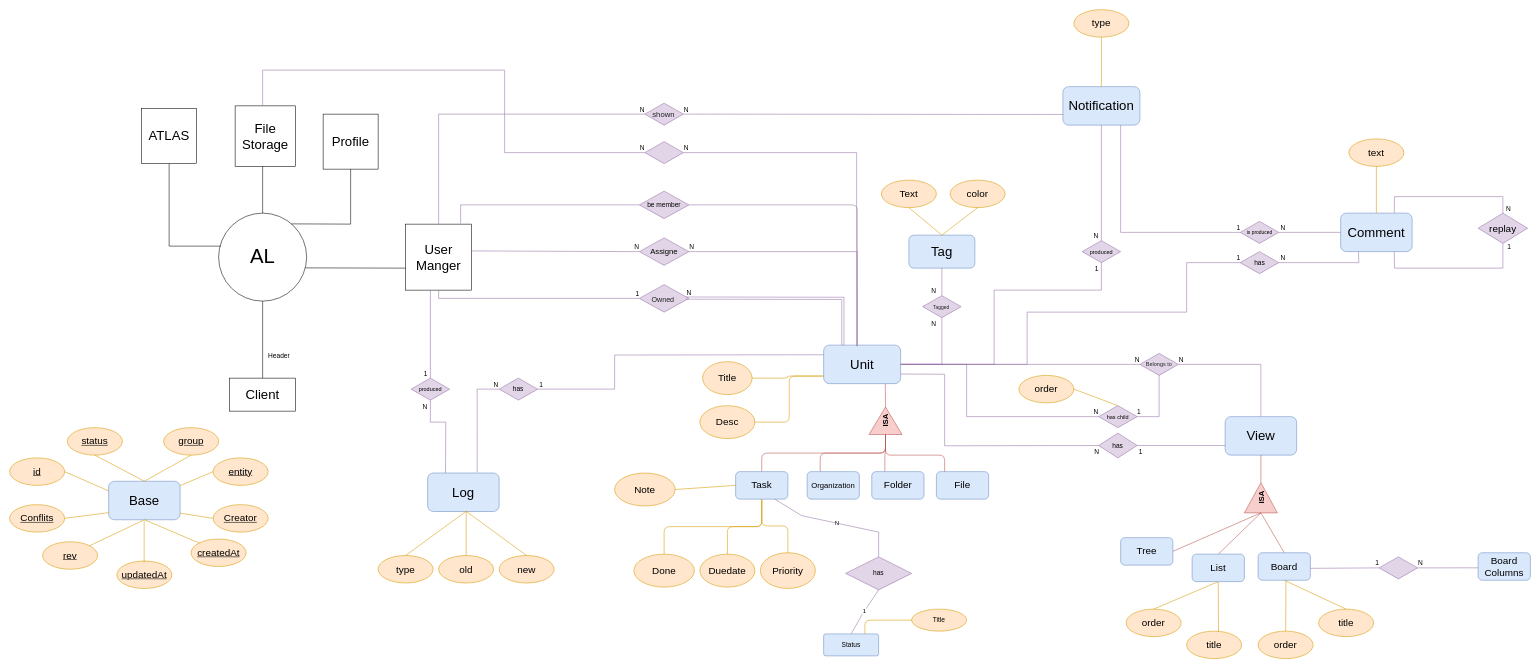
Earlier version of the draw.io diagram Untitled Diagram.drawio (Straider71/test). Source tidied: cells renumbered, new cells numbered last; positions are measured from the earlier drawing's top-left corner, leaving out a move shared by most shapes. Both pictures are drawn from the tidied source at 55%, with x=0, y=0 at pixel (9, 9).
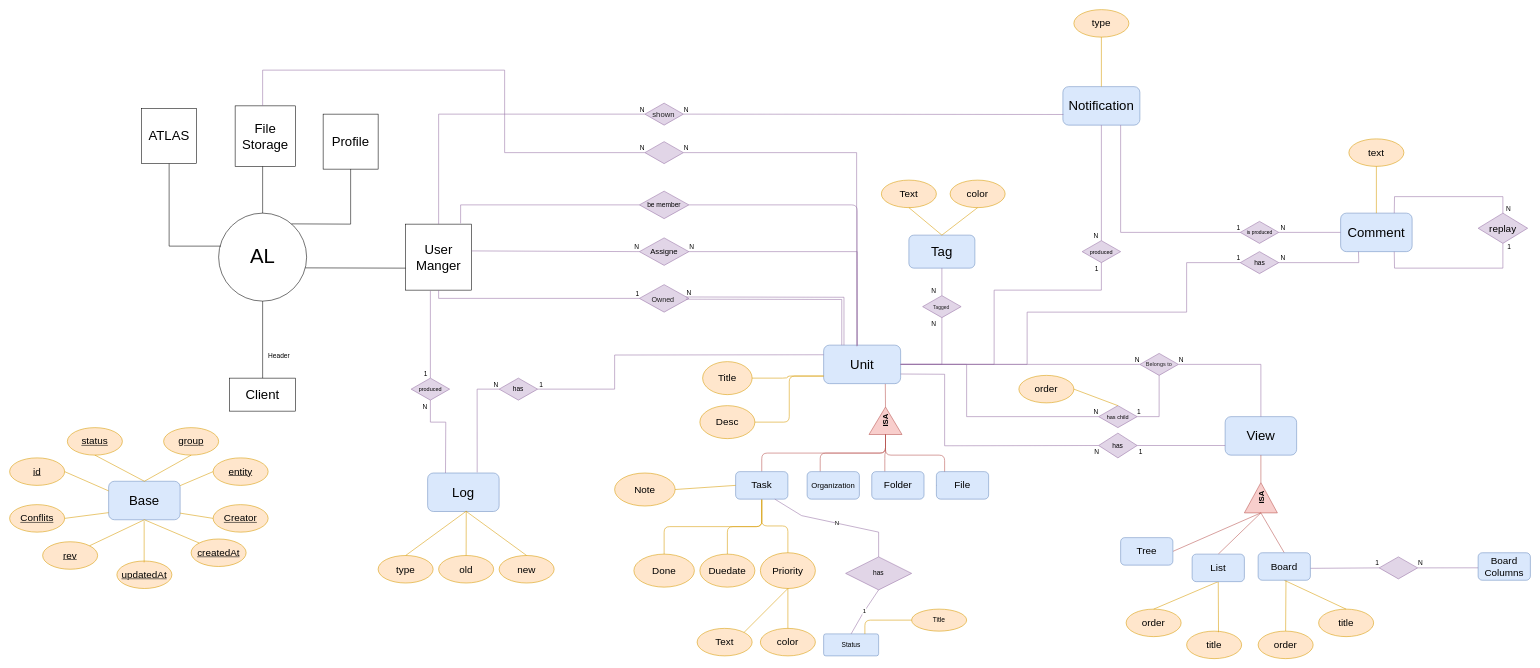
The same page after the edit.

Commit message:
priority model

Unchanged cells that the change refers to:
```xml
<mxCell id="22" value="&lt;font style=&quot;font-size: 18px&quot;&gt;Priority&lt;/font&gt;" style="ellipse;whiteSpace=wrap;html=1;fillColor=#ffe6cc;strokeColor=#d79b00;" parent="1" vertex="1">
  <mxGeometry x="1365" y="987.5" width="100" height="65" as="geometry" />
</mxCell>
```

What changed in the source:
```diff
@@
+    <mxCell id="180" value="&lt;font style=&quot;font-size: 18px&quot;&gt;Text&lt;/font&gt;" style="ellipse;whiteSpace=wrap;html=1;align=center;fillColor=#ffe6cc;strokeColor=#d79b00;" parent="1" vertex="1">
+      <mxGeometry x="1250" y="1125" width="100" height="50" as="geometry" />
+    </mxCell>
+    <mxCell id="181" value="&lt;font style=&quot;font-size: 18px&quot;&gt;color&lt;/font&gt;" style="ellipse;whiteSpace=wrap;html=1;align=center;fillColor=#ffe6cc;strokeColor=#d79b00;" parent="1" vertex="1">
+      <mxGeometry x="1365" y="1125" width="100" height="50" as="geometry" />
+    </mxCell>
+    <mxCell id="182" style="endArrow=none;html=1;entryX=0.5;entryY=1;entryDx=0;entryDy=0;exitX=1;exitY=0;exitDx=0;exitDy=0;fillColor=#ffe6cc;strokeColor=#d79b00;" parent="1" edge="1" source="180" target="22">
+      <mxGeometry relative="1" as="geometry" />
+    </mxCell>
+    <mxCell id="183" style="endArrow=none;html=1;entryX=0.5;entryY=1;entryDx=0;entryDy=0;exitX=0.5;exitY=0;exitDx=0;exitDy=0;fillColor=#ffe6cc;strokeColor=#d79b00;" parent="1" edge="1" source="181">
+      <mxGeometry relative="1" as="geometry">
+        <mxPoint x="1415" y="1052.5" as="targetPoint" />
+      </mxGeometry>
+    </mxCell>
```
